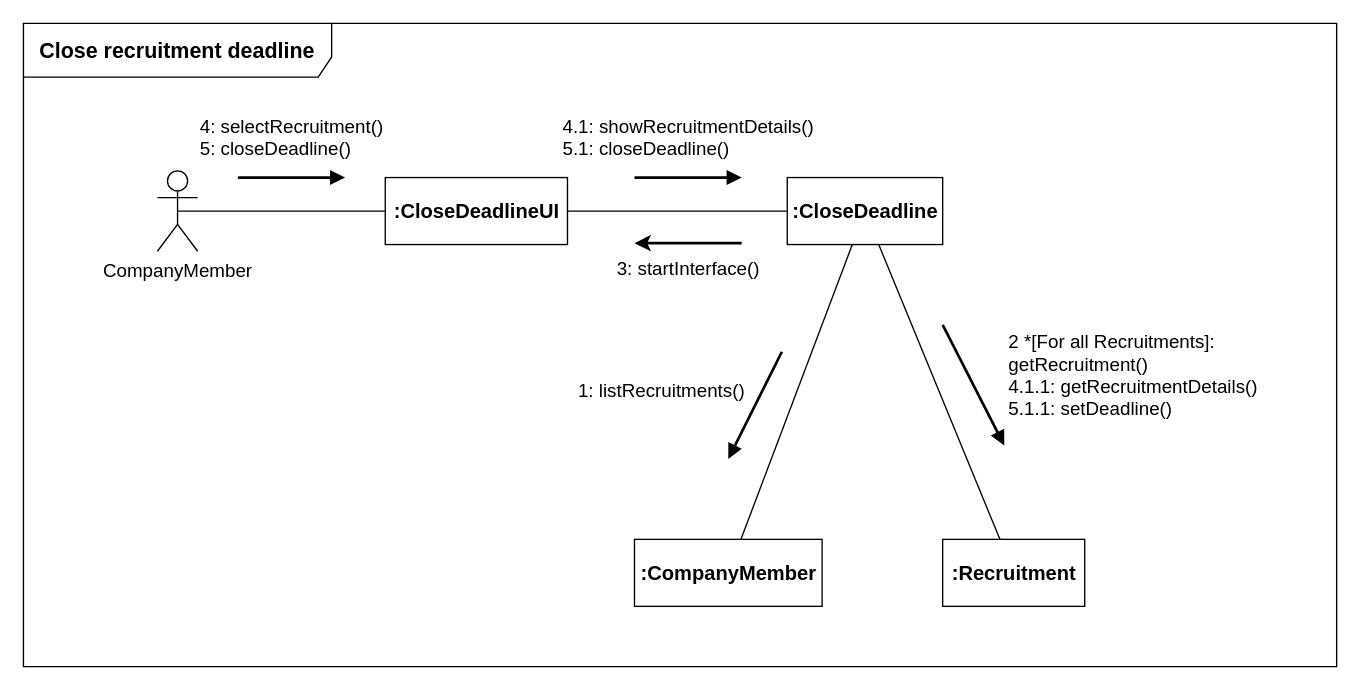
Above: page "채용마감 처리" (4 of 4) of B811010_고한강/소공과제2.drawio in FinancialWorld16/SE_TEAM (draw.io), before the change. Source tidied: cells renumbered, new cells numbered last; positions are measured from the earlier drawing's top-left corner, leaving out a move shared by most shapes. Both pictures are drawn from the tidied source at 134%, with x=0, y=0 at pixel (23, 23).
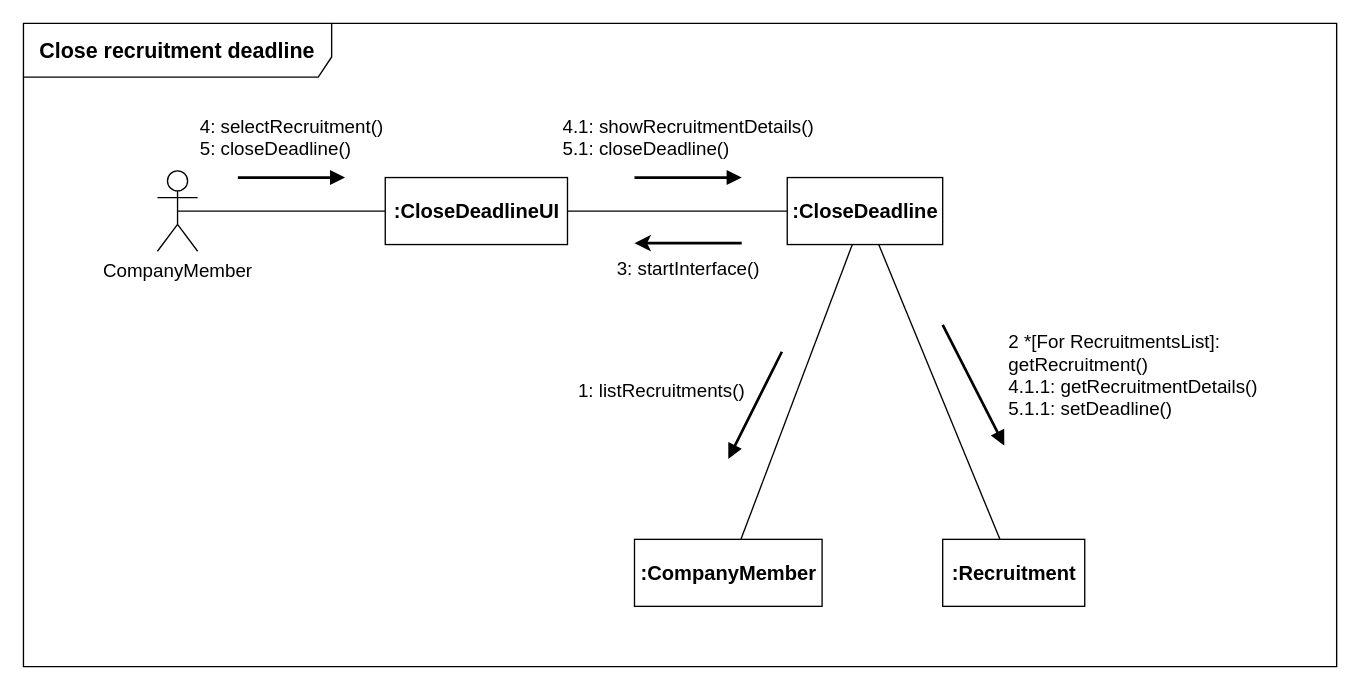
Above is the later version.

Change to the diagram source:
```diff
@@
-    <mxCell id="15" value="&lt;div style=&quot;text-align: left; font-size: 14px;&quot;&gt;&lt;font style=&quot;font-size: 14px;&quot;&gt;2 *[For all Recruitments]:&lt;/font&gt;&lt;/div&gt;&lt;div style=&quot;text-align: left; font-size: 14px;&quot;&gt;&lt;font style=&quot;font-size: 14px;&quot;&gt;getRecruitment()&lt;/font&gt;&lt;/div&gt;&lt;div style=&quot;text-align: left; font-size: 14px;&quot;&gt;&lt;font style=&quot;font-size: 14px;&quot;&gt;4.1.1: getRecruitmentDetails()&lt;/font&gt;&lt;/div&gt;&lt;div style=&quot;text-align: left; font-size: 14px;&quot;&gt;&lt;font style=&quot;font-size: 14px;&quot;&gt;5.1.1: setDeadline()&lt;/font&gt;&lt;/div&gt;" style="html=1;verticalAlign=bottom;endArrow=block;rounded=0;arcSize=20;strokeWidth=2;" parent="1" edge="1">
+    <mxCell id="15" value="&lt;div style=&quot;text-align: left; font-size: 14px;&quot;&gt;&lt;font style=&quot;font-size: 14px;&quot;&gt;2 *[For RecruitmentsList]:&lt;/font&gt;&lt;/div&gt;&lt;div style=&quot;text-align: left; font-size: 14px;&quot;&gt;&lt;font style=&quot;font-size: 14px;&quot;&gt;getRecruitment()&lt;/font&gt;&lt;/div&gt;&lt;div style=&quot;text-align: left; font-size: 14px;&quot;&gt;&lt;font style=&quot;font-size: 14px;&quot;&gt;4.1.1: getRecruitmentDetails()&lt;/font&gt;&lt;/div&gt;&lt;div style=&quot;text-align: left; font-size: 14px;&quot;&gt;&lt;font style=&quot;font-size: 14px;&quot;&gt;5.1.1: setDeadline()&lt;/font&gt;&lt;/div&gt;" style="html=1;verticalAlign=bottom;endArrow=block;rounded=0;arcSize=20;strokeWidth=2;" parent="1" edge="1">
       <mxGeometry x="1" y="96" relative="1" as="geometry">
         <mxPoint x="686" y="225" as="sourcePoint" />
         <mxPoint x="732" y="315" as="targetPoint" />
         <mxPoint x="11" y="28" as="offset" />
       </mxGeometry>
     </mxCell>
```
